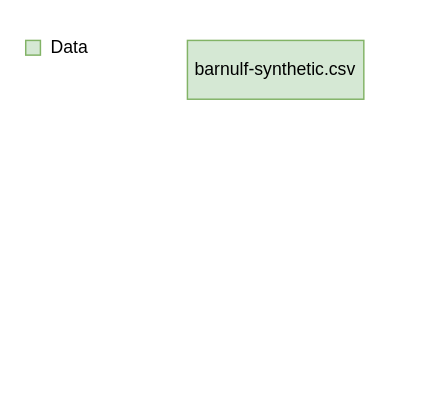
Above: figure-pipe.drawio in MagIvarsson/git-course-exam (draw.io), before the change. Source tidied: cells renumbered, new cells numbered last; positions are measured from the earlier drawing's top-left corner, leaving out a move shared by most shapes. Both pictures are drawn from the tidied source at 147%, with x=0, y=0 at pixel (25, 25).
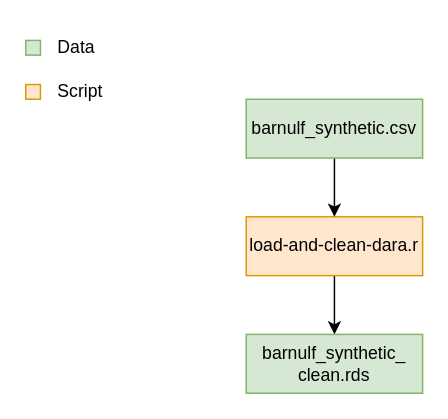
Above is the later version.

Commit message:
Added data cleaning step to figure

Change to the diagram source:
```diff
@@
 <mxGraphModel>
   <root>
     <mxCell id="0" />
     <mxCell id="1" parent="0" />
+    <mxCell id="5" style="edgeStyle=orthogonalEdgeStyle;rounded=0;jettySize=auto;html=1;exitX=0.5;exitY=1;exitDx=0;exitDy=0;entryX=0.5;entryY=0;entryDx=0;entryDy=0;" parent="1" edge="1" source="2" target="10">
+      <mxGeometry relative="1" as="geometry" />
+    </mxCell>
-    <mxCell id="2" value="barnulf-synthetic.csv" style="rounded=0;whiteSpace=wrap;html=1;fillColor=#d5e8d4;strokeColor=#82b366;" parent="1" vertex="1">
-      <mxGeometry x="110" y="10" width="120" height="40" as="geometry" />
+    <mxCell id="2" value="load-and-clean-dara.r" style="rounded=0;whiteSpace=wrap;html=1;fillColor=#ffe6cc;strokeColor=#d79b00;" parent="1" vertex="1">
+      <mxGeometry x="150" y="130" width="120" height="40" as="geometry" />
     </mxCell>
     <mxCell id="3" style="rounded=0;whiteSpace=wrap;html=1;fillColor=#d5e8d4;strokeColor=#82b366;" parent="1" vertex="1">
       <mxGeometry y="10" width="10" height="10" as="geometry" />
     </mxCell>
-    <mxCell id="4" value="Data" style="text;html=1;whiteSpace=wrap;strokeColor=none;fillColor=none;align=center;verticalAlign=middle;rounded=0;" parent="1" vertex="1">
-      <mxGeometry width="60" height="30" as="geometry" />
+    <mxCell id="4" value="Data" style="text;html=1;whiteSpace=wrap;strokeColor=none;fillColor=none;align=left;verticalAlign=middle;rounded=0;" parent="1" vertex="1">
+      <mxGeometry x="20" width="60" height="30" as="geometry" />
     </mxCell>
+    <mxCell id="6" style="edgeStyle=orthogonalEdgeStyle;rounded=0;jettySize=auto;html=1;exitX=0.5;exitY=1;exitDx=0;exitDy=0;entryX=0.5;entryY=0;entryDx=0;entryDy=0;" parent="1" edge="1" source="7" target="2">
+      <mxGeometry relative="1" as="geometry" />
+    </mxCell>
+    <mxCell id="7" value="barnulf_synthetic.csv" style="rounded=0;whiteSpace=wrap;html=1;fillColor=#d5e8d4;strokeColor=#82b366;" parent="1" vertex="1">
+      <mxGeometry x="150" y="50" width="120" height="40" as="geometry" />
+    </mxCell>
+    <mxCell id="8" style="rounded=0;whiteSpace=wrap;html=1;fillColor=#ffe6cc;strokeColor=#d79b00;" parent="1" vertex="1">
+      <mxGeometry y="40" width="10" height="10" as="geometry" />
+    </mxCell>
+    <mxCell id="9" value="Script" style="text;html=1;whiteSpace=wrap;strokeColor=none;fillColor=none;align=left;verticalAlign=middle;rounded=0;" parent="1" vertex="1">
+      <mxGeometry x="20" y="30" width="60" height="30" as="geometry" />
+    </mxCell>
+    <mxCell id="10" value="barnulf_synthetic_&lt;br&gt;clean.rds" style="rounded=0;whiteSpace=wrap;html=1;fillColor=#d5e8d4;strokeColor=#82b366;" parent="1" vertex="1">
+      <mxGeometry x="150" y="210" width="120" height="40" as="geometry" />
+    </mxCell>
   </root>
 </mxGraphModel>
```
